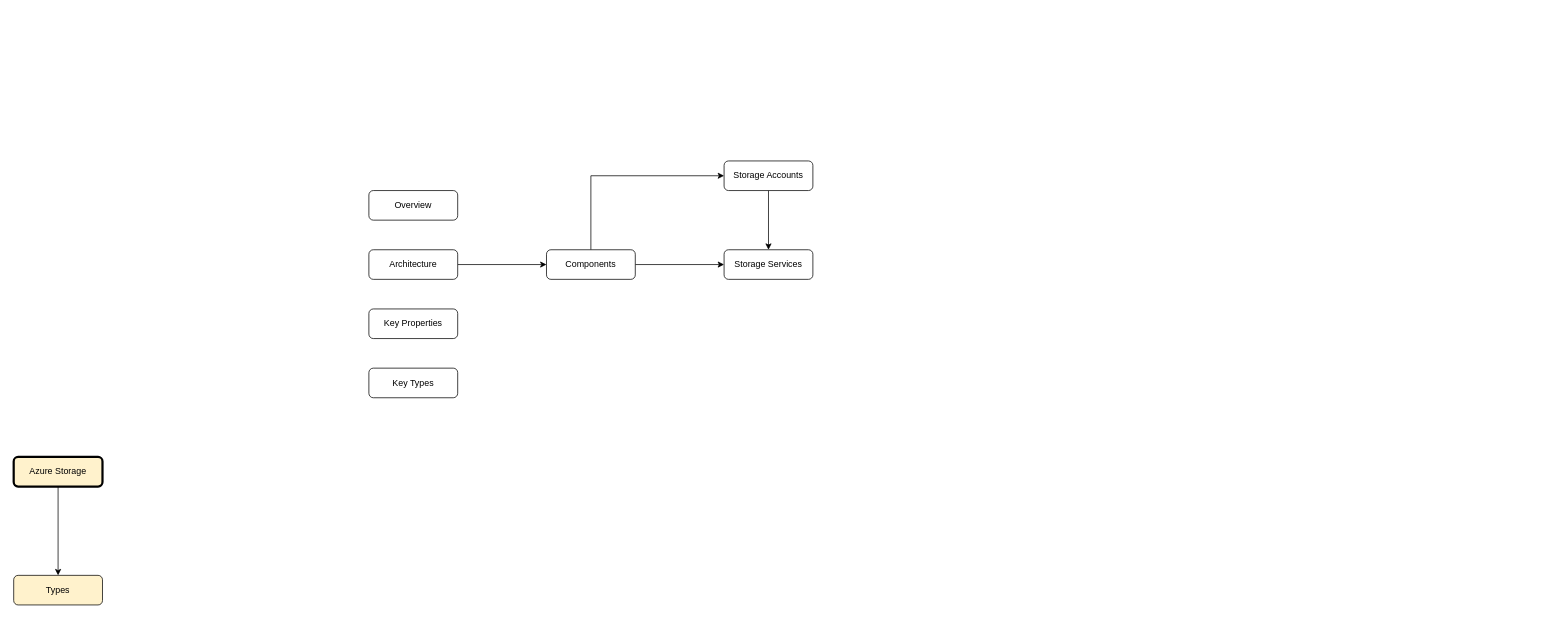
The draw.io diagram page "Page-1" (1 of 3) of Cloud/Azure/Azure Storage.drawio in FilledVaccum/MindMaps, before the edit. Source tidied: cells renumbered, new cells numbered last; positions are measured from the earlier drawing's top-left corner, leaving out a move shared by most shapes. Both pictures are drawn from the tidied source at 74%, with x=0, y=0 at pixel (13, 161).
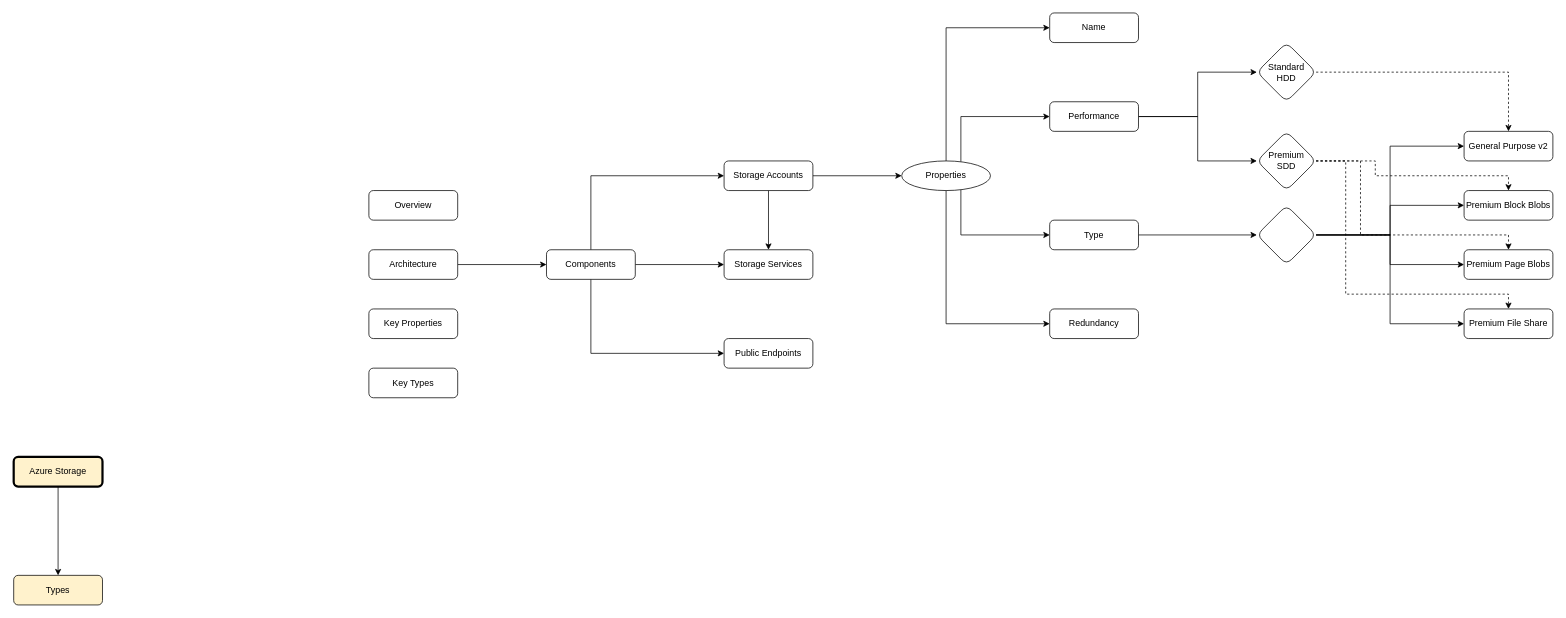
After the change.

Unchanged cells that the change refers to:
```xml
<mxCell id="12" value="Components" style="whiteSpace=wrap;html=1;rounded=1;" parent="1" vertex="1">
  <mxGeometry x="720" y="120" width="120" height="40" as="geometry" />
</mxCell>
<mxCell id="14" value="Storage Accounts" style="whiteSpace=wrap;html=1;rounded=1;" parent="1" vertex="1">
  <mxGeometry x="960" width="120" height="40" as="geometry" />
</mxCell>
```

Diff of the diagram source:
```diff
@@
+    <mxCell id="16" style="edgeStyle=orthogonalEdgeStyle;rounded=0;jettySize=auto;html=1;entryX=0;entryY=0.5;entryDx=0;entryDy=0;fontFamily=Helvetica;fontSize=12;fontColor=default;" parent="1" edge="1" source="12" target="18">
+      <mxGeometry relative="1" as="geometry">
+        <Array as="points">
+          <mxPoint x="780" y="260" />
+        </Array>
+      </mxGeometry>
+    </mxCell>
@@
+    <mxCell id="17" style="edgeStyle=orthogonalEdgeStyle;rounded=0;jettySize=auto;html=1;fontFamily=Helvetica;fontSize=12;fontColor=default;" parent="1" edge="1" source="14" target="23">
+      <mxGeometry relative="1" as="geometry" />
+    </mxCell>
@@
+    <mxCell id="18" value="Public Endpoints" style="whiteSpace=wrap;html=1;rounded=1;" parent="1" vertex="1">
+      <mxGeometry x="960" y="240" width="120" height="40" as="geometry" />
+    </mxCell>
+    <mxCell id="19" style="edgeStyle=orthogonalEdgeStyle;rounded=0;jettySize=auto;html=1;entryX=0;entryY=0.5;entryDx=0;entryDy=0;fontFamily=Helvetica;fontSize=12;fontColor=default;" parent="1" edge="1" source="23" target="24">
+      <mxGeometry relative="1" as="geometry">
+        <Array as="points">
+          <mxPoint x="1260" y="-180" />
+        </Array>
+      </mxGeometry>
+    </mxCell>
+    <mxCell id="20" style="edgeStyle=orthogonalEdgeStyle;rounded=0;jettySize=auto;html=1;entryX=0;entryY=0.5;entryDx=0;entryDy=0;fontFamily=Helvetica;fontSize=12;fontColor=default;" parent="1" edge="1" source="23" target="27">
+      <mxGeometry relative="1" as="geometry">
+        <Array as="points">
+          <mxPoint x="1280" y="-60" />
+        </Array>
+      </mxGeometry>
+    </mxCell>
+    <mxCell id="21" style="edgeStyle=orthogonalEdgeStyle;rounded=0;jettySize=auto;html=1;entryX=0;entryY=0.5;entryDx=0;entryDy=0;fontFamily=Helvetica;fontSize=12;fontColor=default;" parent="1" edge="1" source="23" target="29">
+      <mxGeometry relative="1" as="geometry">
+        <Array as="points">
+          <mxPoint x="1280" y="100" />
+        </Array>
+      </mxGeometry>
+    </mxCell>
+    <mxCell id="22" style="edgeStyle=orthogonalEdgeStyle;rounded=0;jettySize=auto;html=1;entryX=0;entryY=0.5;entryDx=0;entryDy=0;fontFamily=Helvetica;fontSize=12;fontColor=default;" parent="1" edge="1" source="23" target="30">
+      <mxGeometry relative="1" as="geometry">
+        <Array as="points">
+          <mxPoint x="1260" y="220" />
+        </Array>
+      </mxGeometry>
+    </mxCell>
+    <mxCell id="23" value="Properties" style="ellipse;whiteSpace=wrap;html=1;rounded=1;" parent="1" vertex="1">
+      <mxGeometry x="1200" width="120" height="40" as="geometry" />
+    </mxCell>
+    <mxCell id="24" value="Name" style="whiteSpace=wrap;html=1;rounded=1;" parent="1" vertex="1">
+      <mxGeometry x="1400" y="-200" width="120" height="40" as="geometry" />
+    </mxCell>
+    <mxCell id="25" style="edgeStyle=orthogonalEdgeStyle;rounded=0;jettySize=auto;html=1;fontFamily=Helvetica;fontSize=12;fontColor=default;" parent="1" edge="1" source="27" target="32">
+      <mxGeometry relative="1" as="geometry" />
+    </mxCell>
+    <mxCell id="26" style="edgeStyle=orthogonalEdgeStyle;rounded=0;jettySize=auto;html=1;fontFamily=Helvetica;fontSize=12;fontColor=default;" parent="1" edge="1" source="27" target="36">
+      <mxGeometry relative="1" as="geometry" />
+    </mxCell>
+    <mxCell id="27" value="Performance" style="whiteSpace=wrap;html=1;rounded=1;" parent="1" vertex="1">
+      <mxGeometry x="1400" y="-80" width="120" height="40" as="geometry" />
+    </mxCell>
+    <mxCell id="28" style="edgeStyle=orthogonalEdgeStyle;rounded=0;jettySize=auto;html=1;fontFamily=Helvetica;fontSize=12;fontColor=default;" parent="1" edge="1" source="29" target="41">
+      <mxGeometry relative="1" as="geometry" />
+    </mxCell>
+    <mxCell id="29" value="Type" style="whiteSpace=wrap;html=1;rounded=1;" parent="1" vertex="1">
+      <mxGeometry x="1400" y="80" width="120" height="40" as="geometry" />
+    </mxCell>
+    <mxCell id="30" value="Redundancy" style="whiteSpace=wrap;html=1;rounded=1;" parent="1" vertex="1">
+      <mxGeometry x="1400" y="200" width="120" height="40" as="geometry" />
+    </mxCell>
+    <mxCell id="31" style="edgeStyle=orthogonalEdgeStyle;rounded=0;jettySize=auto;html=1;entryX=0.5;entryY=0;entryDx=0;entryDy=0;fontFamily=Helvetica;fontSize=12;fontColor=default;dashed=1;" parent="1" edge="1" source="32" target="42">
+      <mxGeometry relative="1" as="geometry" />
+    </mxCell>
+    <mxCell id="32" value="Standard&lt;br&gt;HDD" style="rhombus;whiteSpace=wrap;html=1;rounded=1;" parent="1" vertex="1">
+      <mxGeometry x="1680" y="-160" width="80" height="80" as="geometry" />
+    </mxCell>
+    <mxCell id="33" style="edgeStyle=orthogonalEdgeStyle;rounded=0;jettySize=auto;html=1;entryX=0.5;entryY=0;entryDx=0;entryDy=0;fontFamily=Helvetica;fontSize=12;fontColor=default;exitX=1;exitY=0.5;exitDx=0;exitDy=0;jumpStyle=arc;dashed=1;" parent="1" edge="1" source="36" target="43">
+      <mxGeometry relative="1" as="geometry">
+        <Array as="points">
+          <mxPoint x="1840" />
+          <mxPoint x="1840" y="20" />
+          <mxPoint x="2020" y="20" />
+        </Array>
+      </mxGeometry>
+    </mxCell>
+    <mxCell id="34" style="edgeStyle=orthogonalEdgeStyle;rounded=0;jettySize=auto;html=1;fontFamily=Helvetica;fontSize=12;fontColor=default;jumpStyle=arc;dashed=1;" parent="1" edge="1" source="36" target="44">
+      <mxGeometry relative="1" as="geometry">
+        <Array as="points">
+          <mxPoint x="1820" />
+          <mxPoint x="1820" y="100" />
+          <mxPoint x="2020" y="100" />
+        </Array>
+      </mxGeometry>
+    </mxCell>
+    <mxCell id="35" style="edgeStyle=orthogonalEdgeStyle;rounded=0;jettySize=auto;html=1;fontFamily=Helvetica;fontSize=12;fontColor=default;jumpStyle=arc;dashed=1;jumpSize=96;" parent="1" edge="1" source="36" target="45">
+      <mxGeometry relative="1" as="geometry">
+        <Array as="points">
+          <mxPoint x="1800" />
+          <mxPoint x="1800" y="180" />
+          <mxPoint x="2020" y="180" />
+        </Array>
+      </mxGeometry>
+    </mxCell>
+    <mxCell id="36" value="Premium &lt;br&gt;SDD" style="rhombus;whiteSpace=wrap;html=1;rounded=1;" parent="1" vertex="1">
+      <mxGeometry x="1680" y="-40" width="80" height="80" as="geometry" />
+    </mxCell>
+    <mxCell id="37" style="edgeStyle=orthogonalEdgeStyle;rounded=0;jettySize=auto;html=1;entryX=0;entryY=0.5;entryDx=0;entryDy=0;fontFamily=Helvetica;fontSize=12;fontColor=default;" parent="1" edge="1" source="41" target="42">
+      <mxGeometry relative="1" as="geometry" />
+    </mxCell>
+    <mxCell id="38" style="edgeStyle=orthogonalEdgeStyle;rounded=0;jettySize=auto;html=1;entryX=0;entryY=0.5;entryDx=0;entryDy=0;fontFamily=Helvetica;fontSize=12;fontColor=default;" parent="1" edge="1" source="41" target="45">
+      <mxGeometry relative="1" as="geometry" />
+    </mxCell>
+    <mxCell id="39" style="edgeStyle=orthogonalEdgeStyle;rounded=0;jettySize=auto;html=1;entryX=0;entryY=0.5;entryDx=0;entryDy=0;fontFamily=Helvetica;fontSize=12;fontColor=default;" parent="1" edge="1" source="41" target="43">
+      <mxGeometry relative="1" as="geometry" />
+    </mxCell>
+    <mxCell id="40" style="edgeStyle=orthogonalEdgeStyle;rounded=0;jettySize=auto;html=1;entryX=0;entryY=0.5;entryDx=0;entryDy=0;fontFamily=Helvetica;fontSize=12;fontColor=default;" parent="1" edge="1" source="41" target="44">
+      <mxGeometry relative="1" as="geometry" />
+    </mxCell>
+    <mxCell id="41" style="rhombus;whiteSpace=wrap;html=1;rounded=1;" parent="1" vertex="1">
+      <mxGeometry x="1680" y="60" width="80" height="80" as="geometry" />
+    </mxCell>
+    <mxCell id="42" value="General Purpose v2" style="whiteSpace=wrap;html=1;rounded=1;" parent="1" vertex="1">
+      <mxGeometry x="1960" y="-40" width="120" height="40" as="geometry" />
+    </mxCell>
+    <mxCell id="43" value="Premium Block Blobs" style="whiteSpace=wrap;html=1;rounded=1;" parent="1" vertex="1">
+      <mxGeometry x="1960" y="40" width="120" height="40" as="geometry" />
+    </mxCell>
+    <mxCell id="44" value="Premium Page Blobs" style="whiteSpace=wrap;html=1;rounded=1;" parent="1" vertex="1">
+      <mxGeometry x="1960" y="120" width="120" height="40" as="geometry" />
+    </mxCell>
+    <mxCell id="45" value="Premium File Share" style="whiteSpace=wrap;html=1;rounded=1;" parent="1" vertex="1">
+      <mxGeometry x="1960" y="200" width="120" height="40" as="geometry" />
+    </mxCell>
```
